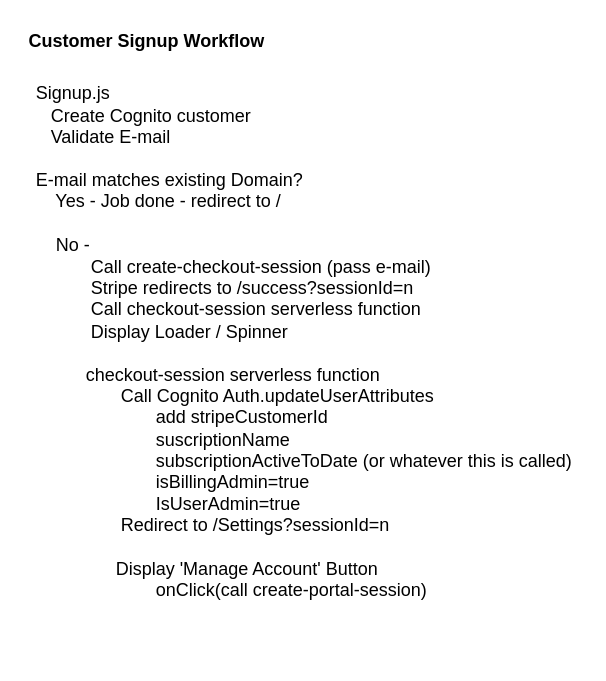
This is page "Customer Signup Workflow" (2 of 5) of Shhh.drawio from ciaran-finnegan/secret-sharer-client, a draw.io file, before an edit. Source tidied: cells renumbered, new cells numbered last; positions are measured from the earlier drawing's top-left corner, leaving out a move shared by most shapes. Both pictures are drawn from the tidied source at 150%, with x=0, y=0 at pixel (26, 26).
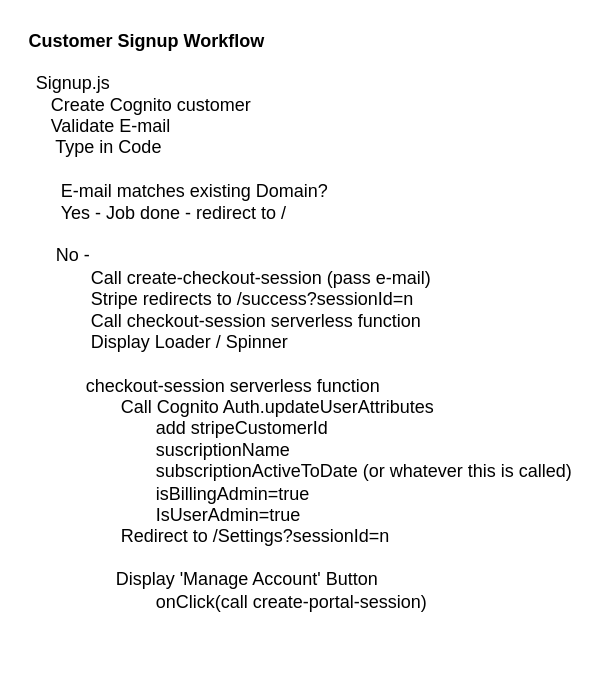
The same diagram, later.

What changed in the source:
```diff
@@
 <mxGraphModel>
   <root>
     <mxCell id="0" />
     <mxCell id="1" parent="0" />
     <mxCell id="2" value="Customer Signup Workflow" style="text;html=1;align=left;verticalAlign=middle;fontStyle=1;" parent="1" vertex="1">
       <mxGeometry width="170" height="20" as="geometry" />
     </mxCell>
-    <mxCell id="3" value="&lt;div style=&quot;text-align: left&quot;&gt;Signup.js&lt;/div&gt;&lt;div style=&quot;text-align: left&quot;&gt;&amp;nbsp; &amp;nbsp;Create Cognito customer&lt;/div&gt;&lt;div style=&quot;text-align: left&quot;&gt;&amp;nbsp; &amp;nbsp;Validate E-mail&lt;/div&gt;&lt;br&gt;&lt;div&gt;&lt;div&gt;&lt;div style=&quot;text-align: left&quot;&gt;E-mail matches existing Domain?&lt;/div&gt;&lt;/div&gt;&lt;/div&gt;&lt;div style=&quot;text-align: left&quot;&gt;&amp;nbsp; &amp;nbsp; Yes - Job done - redirect to /&lt;br&gt;&lt;/div&gt;&lt;div style=&quot;text-align: left&quot;&gt;&lt;br&gt;&lt;/div&gt;&lt;div style=&quot;text-align: left&quot;&gt;&amp;nbsp; &amp;nbsp; No -&amp;nbsp;&lt;/div&gt;&lt;div style=&quot;text-align: left&quot;&gt;&amp;nbsp; &amp;nbsp; &amp;nbsp; &amp;nbsp; &amp;nbsp; &amp;nbsp;Call create-checkout-session (pass e-mail)&lt;/div&gt;&lt;div style=&quot;text-align: left&quot;&gt;&amp;nbsp; &amp;nbsp; &amp;nbsp; &amp;nbsp; &amp;nbsp; &amp;nbsp;Stripe redirects to /success?sessionId=n&lt;/div&gt;&lt;div style=&quot;text-align: left&quot;&gt;&amp;nbsp; &amp;nbsp; &amp;nbsp; &amp;nbsp; &amp;nbsp; &amp;nbsp;Call checkout-session serverless function&lt;/div&gt;&lt;div style=&quot;text-align: left&quot;&gt;&amp;nbsp; &amp;nbsp; &amp;nbsp; &amp;nbsp; &amp;nbsp; &amp;nbsp;Display Loader / Spinner&lt;/div&gt;&lt;div style=&quot;text-align: left&quot;&gt;&lt;br&gt;&lt;/div&gt;&lt;div style=&quot;text-align: left&quot;&gt;&amp;nbsp; &amp;nbsp; &amp;nbsp; &amp;nbsp; &amp;nbsp; checkout-session serverless function&lt;/div&gt;&lt;div style=&quot;text-align: left&quot;&gt;&amp;nbsp; &amp;nbsp; &amp;nbsp; &amp;nbsp; &amp;nbsp; &amp;nbsp; &amp;nbsp; &amp;nbsp; &amp;nbsp;Call Cognito Auth.updateUserAttributes&lt;/div&gt;&lt;div style=&quot;text-align: left&quot;&gt;&amp;nbsp; &amp;nbsp; &amp;nbsp; &amp;nbsp; &amp;nbsp; &amp;nbsp; &amp;nbsp; &amp;nbsp; &amp;nbsp; &amp;nbsp; &amp;nbsp; &amp;nbsp; add stripeCustomerId&lt;/div&gt;&lt;div style=&quot;text-align: left&quot;&gt;&amp;nbsp; &amp;nbsp; &amp;nbsp; &amp;nbsp; &amp;nbsp; &amp;nbsp; &amp;nbsp; &amp;nbsp; &amp;nbsp; &amp;nbsp; &amp;nbsp; &amp;nbsp; suscriptionName&lt;/div&gt;&lt;div style=&quot;text-align: left&quot;&gt;&amp;nbsp; &amp;nbsp; &amp;nbsp; &amp;nbsp; &amp;nbsp; &amp;nbsp; &amp;nbsp; &amp;nbsp; &amp;nbsp; &amp;nbsp; &amp;nbsp; &amp;nbsp; subscriptionActiveToDate (or whatever this is called)&lt;/div&gt;&lt;div style=&quot;text-align: left&quot;&gt;&amp;nbsp; &amp;nbsp; &amp;nbsp; &amp;nbsp; &amp;nbsp; &amp;nbsp; &amp;nbsp; &amp;nbsp; &amp;nbsp; &amp;nbsp; &amp;nbsp; &amp;nbsp; isBillingAdmin=true&lt;/div&gt;&lt;div style=&quot;text-align: left&quot;&gt;&amp;nbsp; &amp;nbsp; &amp;nbsp; &amp;nbsp; &amp;nbsp; &amp;nbsp; &amp;nbsp; &amp;nbsp; &amp;nbsp; &amp;nbsp; &amp;nbsp; &amp;nbsp; IsUserAdmin=true&lt;/div&gt;&lt;div style=&quot;text-align: left&quot;&gt;&amp;nbsp; &amp;nbsp; &amp;nbsp; &amp;nbsp; &amp;nbsp; &amp;nbsp; &amp;nbsp; &amp;nbsp; &amp;nbsp;Redirect to /Settings?sessionId=n&lt;/div&gt;&lt;div style=&quot;text-align: left&quot;&gt;&lt;br&gt;&lt;/div&gt;&lt;div style=&quot;text-align: left&quot;&gt;&amp;nbsp; &amp;nbsp; &amp;nbsp; &amp;nbsp; &amp;nbsp; &amp;nbsp; &amp;nbsp; &amp;nbsp; Display 'Manage Account' Button&lt;/div&gt;&lt;div style=&quot;text-align: left&quot;&gt;&amp;nbsp; &amp;nbsp; &amp;nbsp; &amp;nbsp; &amp;nbsp; &amp;nbsp; &amp;nbsp; &amp;nbsp; &amp;nbsp; &amp;nbsp; &amp;nbsp; &amp;nbsp; onClick(call create-portal-session)&lt;/div&gt;&lt;div style=&quot;text-align: left&quot;&gt;&lt;br&gt;&lt;/div&gt;&lt;div style=&quot;text-align: left&quot;&gt;&lt;br&gt;&lt;/div&gt;" style="text;html=1;align=center;verticalAlign=middle;" parent="1" vertex="1">
-      <mxGeometry y="40" width="370" height="370" as="geometry" />
+    <mxCell id="3" value="&lt;div style=&quot;text-align: left&quot;&gt;Signup.js&lt;/div&gt;&lt;div style=&quot;text-align: left&quot;&gt;&amp;nbsp; &amp;nbsp;Create Cognito customer&lt;/div&gt;&lt;div style=&quot;text-align: left&quot;&gt;&amp;nbsp; &amp;nbsp;Validate E-mail&lt;/div&gt;&lt;div style=&quot;text-align: left&quot;&gt;&amp;nbsp; &amp;nbsp; Type in Code&lt;/div&gt;&lt;br&gt;&lt;div&gt;&lt;div&gt;&lt;div style=&quot;text-align: left&quot;&gt;&amp;nbsp; &amp;nbsp; &amp;nbsp;E-mail matches existing Domain?&lt;/div&gt;&lt;/div&gt;&lt;/div&gt;&lt;div style=&quot;text-align: left&quot;&gt;&amp;nbsp; &amp;nbsp; &amp;nbsp;Yes - Job done - redirect to /&lt;br&gt;&lt;/div&gt;&lt;div style=&quot;text-align: left&quot;&gt;&lt;br&gt;&lt;/div&gt;&lt;div style=&quot;text-align: left&quot;&gt;&amp;nbsp; &amp;nbsp; No -&amp;nbsp;&lt;/div&gt;&lt;div style=&quot;text-align: left&quot;&gt;&amp;nbsp; &amp;nbsp; &amp;nbsp; &amp;nbsp; &amp;nbsp; &amp;nbsp;Call create-checkout-session (pass e-mail)&lt;/div&gt;&lt;div style=&quot;text-align: left&quot;&gt;&amp;nbsp; &amp;nbsp; &amp;nbsp; &amp;nbsp; &amp;nbsp; &amp;nbsp;Stripe redirects to /success?sessionId=n&lt;/div&gt;&lt;div style=&quot;text-align: left&quot;&gt;&amp;nbsp; &amp;nbsp; &amp;nbsp; &amp;nbsp; &amp;nbsp; &amp;nbsp;Call checkout-session serverless function&lt;/div&gt;&lt;div style=&quot;text-align: left&quot;&gt;&amp;nbsp; &amp;nbsp; &amp;nbsp; &amp;nbsp; &amp;nbsp; &amp;nbsp;Display Loader / Spinner&lt;/div&gt;&lt;div style=&quot;text-align: left&quot;&gt;&lt;br&gt;&lt;/div&gt;&lt;div style=&quot;text-align: left&quot;&gt;&amp;nbsp; &amp;nbsp; &amp;nbsp; &amp;nbsp; &amp;nbsp; checkout-session serverless function&lt;/div&gt;&lt;div style=&quot;text-align: left&quot;&gt;&amp;nbsp; &amp;nbsp; &amp;nbsp; &amp;nbsp; &amp;nbsp; &amp;nbsp; &amp;nbsp; &amp;nbsp; &amp;nbsp;Call Cognito Auth.updateUserAttributes&lt;/div&gt;&lt;div style=&quot;text-align: left&quot;&gt;&amp;nbsp; &amp;nbsp; &amp;nbsp; &amp;nbsp; &amp;nbsp; &amp;nbsp; &amp;nbsp; &amp;nbsp; &amp;nbsp; &amp;nbsp; &amp;nbsp; &amp;nbsp; add stripeCustomerId&lt;/div&gt;&lt;div style=&quot;text-align: left&quot;&gt;&amp;nbsp; &amp;nbsp; &amp;nbsp; &amp;nbsp; &amp;nbsp; &amp;nbsp; &amp;nbsp; &amp;nbsp; &amp;nbsp; &amp;nbsp; &amp;nbsp; &amp;nbsp; suscriptionName&lt;/div&gt;&lt;div style=&quot;text-align: left&quot;&gt;&amp;nbsp; &amp;nbsp; &amp;nbsp; &amp;nbsp; &amp;nbsp; &amp;nbsp; &amp;nbsp; &amp;nbsp; &amp;nbsp; &amp;nbsp; &amp;nbsp; &amp;nbsp; subscriptionActiveToDate (or whatever this is called)&lt;/div&gt;&lt;div style=&quot;text-align: left&quot;&gt;&amp;nbsp; &amp;nbsp; &amp;nbsp; &amp;nbsp; &amp;nbsp; &amp;nbsp; &amp;nbsp; &amp;nbsp; &amp;nbsp; &amp;nbsp; &amp;nbsp; &amp;nbsp; isBillingAdmin=true&lt;/div&gt;&lt;div style=&quot;text-align: left&quot;&gt;&amp;nbsp; &amp;nbsp; &amp;nbsp; &amp;nbsp; &amp;nbsp; &amp;nbsp; &amp;nbsp; &amp;nbsp; &amp;nbsp; &amp;nbsp; &amp;nbsp; &amp;nbsp; IsUserAdmin=true&lt;/div&gt;&lt;div style=&quot;text-align: left&quot;&gt;&amp;nbsp; &amp;nbsp; &amp;nbsp; &amp;nbsp; &amp;nbsp; &amp;nbsp; &amp;nbsp; &amp;nbsp; &amp;nbsp;Redirect to /Settings?sessionId=n&lt;/div&gt;&lt;div style=&quot;text-align: left&quot;&gt;&lt;br&gt;&lt;/div&gt;&lt;div style=&quot;text-align: left&quot;&gt;&amp;nbsp; &amp;nbsp; &amp;nbsp; &amp;nbsp; &amp;nbsp; &amp;nbsp; &amp;nbsp; &amp;nbsp; Display 'Manage Account' Button&lt;/div&gt;&lt;div style=&quot;text-align: left&quot;&gt;&amp;nbsp; &amp;nbsp; &amp;nbsp; &amp;nbsp; &amp;nbsp; &amp;nbsp; &amp;nbsp; &amp;nbsp; &amp;nbsp; &amp;nbsp; &amp;nbsp; &amp;nbsp; onClick(call create-portal-session)&lt;/div&gt;&lt;div style=&quot;text-align: left&quot;&gt;&lt;br&gt;&lt;/div&gt;&lt;div style=&quot;text-align: left&quot;&gt;&lt;br&gt;&lt;/div&gt;" style="text;html=1;align=center;verticalAlign=middle;" parent="1" vertex="1">
+      <mxGeometry y="35" width="370" height="380" as="geometry" />
     </mxCell>
   </root>
 </mxGraphModel>
```
